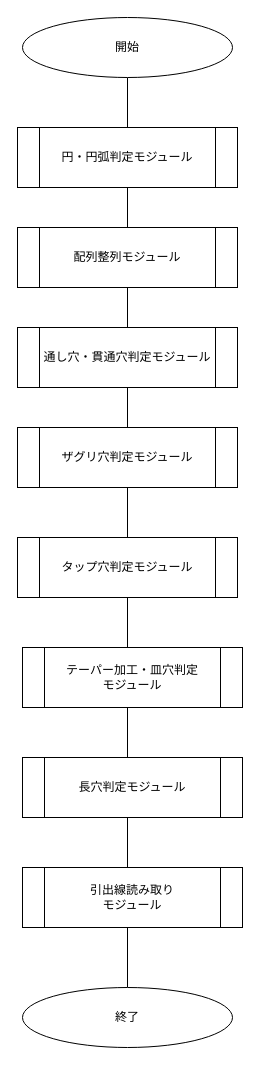
Above: 穴判定モジュール.drawio in 35022-byte/test-git (draw.io), before the change. Source tidied: cells renumbered, new cells numbered last; positions are measured from the earlier drawing's top-left corner, leaving out a move shared by most shapes. Both pictures are drawn from the tidied source at 100%, with x=0, y=0 at pixel (17, 17).
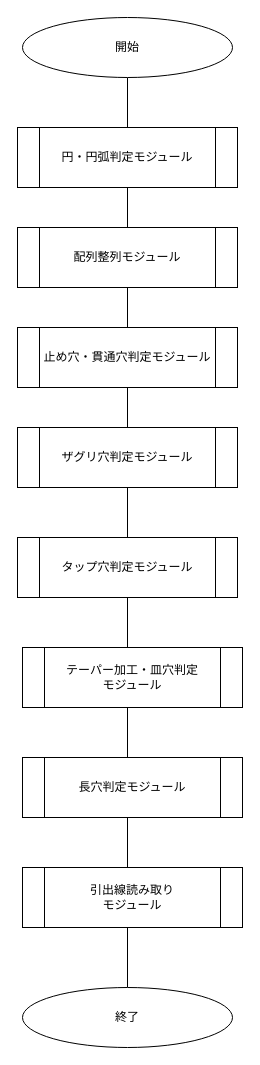
The same page after the edit.

Commit message:
穴判定モジュール.drawio を更新

Change to the diagram source:
```diff
@@
 <mxGraphModel>
   <root>
     <mxCell id="0" />
     <mxCell id="1" parent="0" />
     <mxCell id="2" style="endArrow=none;html=1;rounded=0;entryX=0.5;entryY=1;entryDx=0;entryDy=0;" parent="1" edge="1" source="12" target="3">
       <mxGeometry relative="1" as="geometry" />
     </mxCell>
     <mxCell id="3" value="開始" style="ellipse;whiteSpace=wrap;html=1;shapeInside=1;" parent="1" vertex="1">
       <mxGeometry x="5" width="210" height="60" as="geometry" />
     </mxCell>
     <mxCell id="4" value="円・円弧判定モジュール" style="shape=process;whiteSpace=wrap;html=1;backgroundOutline=1;" parent="1" vertex="1">
       <mxGeometry y="110" width="220" height="60" as="geometry" />
     </mxCell>
     <mxCell id="5" value="配列整列モジュール" style="shape=process;whiteSpace=wrap;html=1;backgroundOutline=1;" parent="1" vertex="1">
       <mxGeometry y="210" width="220" height="60" as="geometry" />
     </mxCell>
-    <mxCell id="6" value="通し穴・貫通穴判定モジュール" style="shape=process;whiteSpace=wrap;html=1;backgroundOutline=1;" parent="1" vertex="1">
+    <mxCell id="6" value="止め穴・貫通穴判定モジュール" style="shape=process;whiteSpace=wrap;html=1;backgroundOutline=1;" parent="1" vertex="1">
       <mxGeometry y="310" width="220" height="60" as="geometry" />
     </mxCell>
     <mxCell id="7" value="ザグリ穴判定モジュール" style="shape=process;whiteSpace=wrap;html=1;backgroundOutline=1;" parent="1" vertex="1">
       <mxGeometry y="410" width="220" height="60" as="geometry" />
     </mxCell>
     <mxCell id="8" value="タップ穴判定モジュール" style="shape=process;whiteSpace=wrap;html=1;backgroundOutline=1;" parent="1" vertex="1">
       <mxGeometry y="520" width="220" height="60" as="geometry" />
     </mxCell>
     <mxCell id="9" value="テーパー加工・皿穴判定&lt;div&gt;モジュール&lt;/div&gt;" style="shape=process;whiteSpace=wrap;html=1;backgroundOutline=1;" parent="1" vertex="1">
       <mxGeometry x="5" y="630" width="220" height="60" as="geometry" />
     </mxCell>
     <mxCell id="10" value="長穴判定モジュール" style="shape=process;whiteSpace=wrap;html=1;backgroundOutline=1;" parent="1" vertex="1">
       <mxGeometry x="5" y="740" width="220" height="60" as="geometry" />
     </mxCell>
     <mxCell id="11" value="引出線読み取り&lt;br&gt;&lt;div&gt;モジュール&lt;/div&gt;" style="shape=process;whiteSpace=wrap;html=1;backgroundOutline=1;" parent="1" vertex="1">
       <mxGeometry x="5" y="850" width="220" height="60" as="geometry" />
     </mxCell>
     <mxCell id="12" value="終了" style="ellipse;whiteSpace=wrap;html=1;shapeInside=1;" parent="1" vertex="1">
       <mxGeometry x="5" y="970" width="210" height="60" as="geometry" />
     </mxCell>
   </root>
 </mxGraphModel>
```
